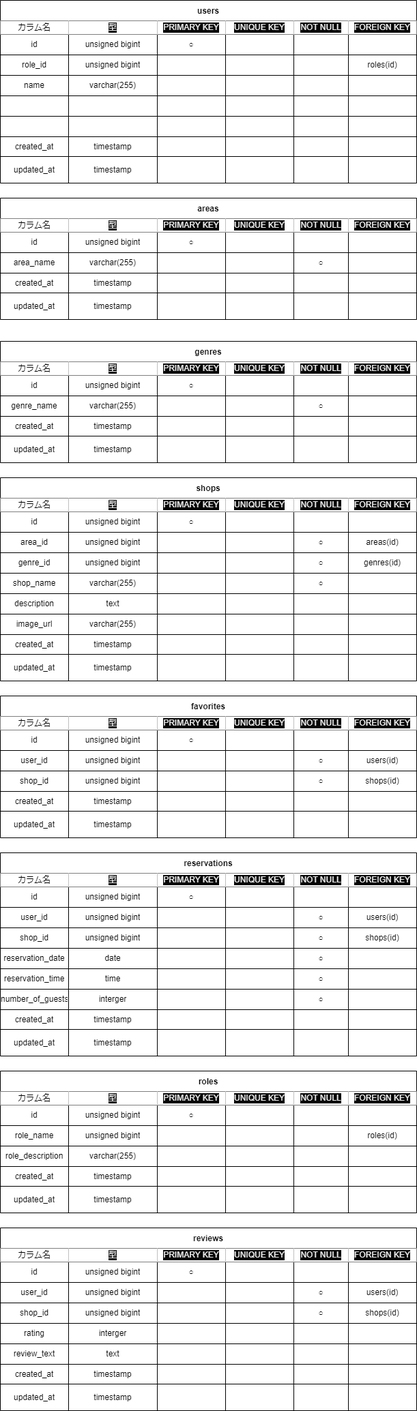
Earlier version of the draw.io export table.drawio.png (fujico23/rese-system-application). Source tidied: cells renumbered, new cells last; positions are measured from the earlier drawing's top-left corner, leaving out a move shared by most shapes.
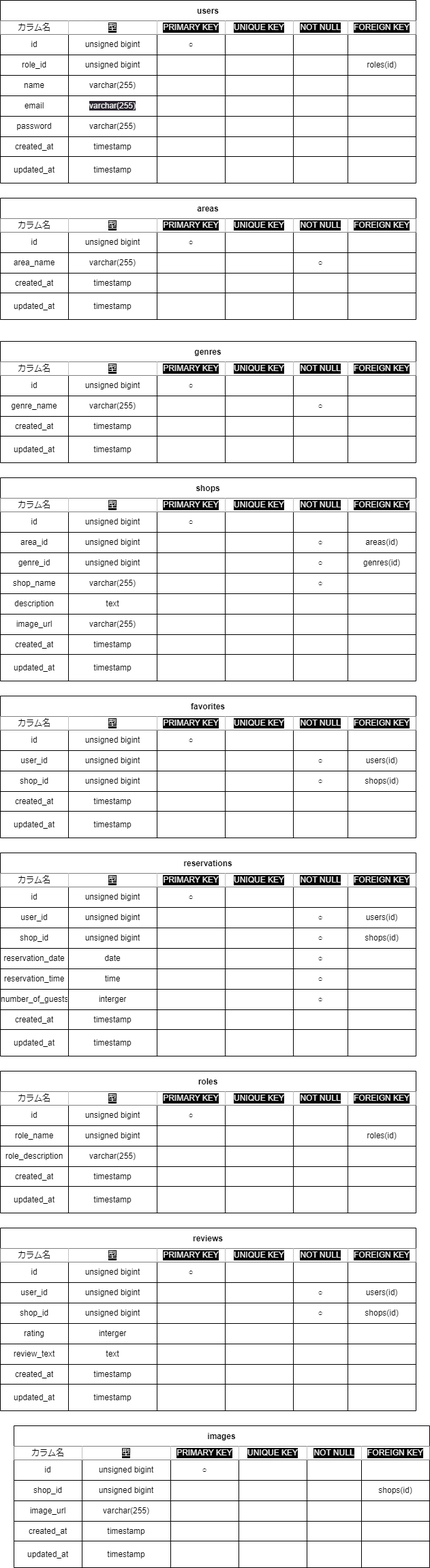
The same diagram one commit later.

Diff of the diagram source:
```diff
@@ -92,10 +92,10 @@
     <mxCell id="31" style="shape=tableRow;horizontal=0;startSize=0;swimlaneHead=0;swimlaneBody=0;top=0;left=0;bottom=0;right=0;fillColor=none;" parent="2" vertex="1">
       <mxGeometry y="140" width="610" height="30" as="geometry" />
     </mxCell>
-    <mxCell id="32" style="shape=partialRectangle;html=1;whiteSpace=wrap;fillColor=none;top=0;left=0;bottom=0;right=0;overflow=hidden;" parent="31" vertex="1">
+    <mxCell id="32" value="email" style="shape=partialRectangle;html=1;whiteSpace=wrap;fillColor=none;top=0;left=0;bottom=0;right=0;overflow=hidden;" parent="31" vertex="1">
       <mxGeometry width="100" height="30" as="geometry" />
     </mxCell>
-    <mxCell id="33" style="shape=partialRectangle;html=1;whiteSpace=wrap;fillColor=none;top=0;left=0;bottom=0;right=0;overflow=hidden;" parent="31" vertex="1">
+    <mxCell id="33" value="&lt;span style=&quot;color: rgb(240, 240, 240); font-family: Helvetica; font-size: 12px; font-style: normal; font-variant-ligatures: normal; font-variant-caps: normal; font-weight: 400; letter-spacing: normal; orphans: 2; text-align: center; text-indent: 0px; text-transform: none; widows: 2; word-spacing: 0px; -webkit-text-stroke-width: 0px; background-color: rgb(42, 37, 47); text-decoration-thickness: initial; text-decoration-style: initial; text-decoration-color: initial; float: none; display: inline !important;&quot;&gt;varchar(255)&lt;/span&gt;" style="shape=partialRectangle;html=1;whiteSpace=wrap;fillColor=none;top=0;left=0;bottom=0;right=0;overflow=hidden;" parent="31" vertex="1">
       <mxGeometry x="100" width="130" height="30" as="geometry" />
     </mxCell>
     <mxCell id="34" style="shape=partialRectangle;html=1;whiteSpace=wrap;fillColor=none;top=0;left=0;bottom=0;right=0;overflow=hidden;" parent="31" vertex="1">
@@ -113,10 +113,10 @@
     <mxCell id="38" style="shape=tableRow;horizontal=0;startSize=0;swimlaneHead=0;swimlaneBody=0;top=0;left=0;bottom=0;right=0;fillColor=none;" parent="2" vertex="1">
       <mxGeometry y="170" width="610" height="30" as="geometry" />
     </mxCell>
-    <mxCell id="39" style="shape=partialRectangle;html=1;whiteSpace=wrap;fillColor=none;top=0;left=0;bottom=0;right=0;overflow=hidden;" parent="38" vertex="1">
+    <mxCell id="39" value="password" style="shape=partialRectangle;html=1;whiteSpace=wrap;fillColor=none;top=0;left=0;bottom=0;right=0;overflow=hidden;" parent="38" vertex="1">
       <mxGeometry width="100" height="30" as="geometry" />
     </mxCell>
-    <mxCell id="40" style="shape=partialRectangle;html=1;whiteSpace=wrap;fillColor=none;top=0;left=0;bottom=0;right=0;overflow=hidden;" parent="38" vertex="1">
+    <mxCell id="40" value="varchar(255)" style="shape=partialRectangle;html=1;whiteSpace=wrap;fillColor=none;top=0;left=0;bottom=0;right=0;overflow=hidden;" parent="38" vertex="1">
       <mxGeometry x="100" width="130" height="30" as="geometry" />
     </mxCell>
     <mxCell id="41" style="shape=partialRectangle;html=1;whiteSpace=wrap;fillColor=none;top=0;left=0;bottom=0;right=0;overflow=hidden;" parent="38" vertex="1">
@@ -1202,5 +1202,134 @@
     <mxCell id="401" style="shape=partialRectangle;html=1;whiteSpace=wrap;fillColor=none;top=0;left=0;bottom=0;right=0;overflow=hidden;" parent="395" vertex="1">
       <mxGeometry x="510" width="100" height="39" as="geometry" />
     </mxCell>
+    <mxCell id="402" value="images" style="shape=table;startSize=30;fontStyle=1;align=center;" parent="1" vertex="1">
+      <mxGeometry x="20" y="2090" width="610" height="208" as="geometry" />
+    </mxCell>
+    <mxCell id="403" style="shape=tableRow;horizontal=0;startSize=0;swimlaneHead=0;swimlaneBody=0;top=0;left=0;bottom=0;right=0;fillColor=none;" parent="402" vertex="1">
+      <mxGeometry y="30" width="610" height="20" as="geometry" />
+    </mxCell>
+    <mxCell id="404" value="カラム名" style="shape=partialRectangle;html=1;whiteSpace=wrap;top=0;left=0;bottom=0;right=0;overflow=hidden;labelBackgroundColor=none;" parent="403" vertex="1">
+      <mxGeometry width="100" height="20" as="geometry" />
+    </mxCell>
+    <mxCell id="405" value="型" style="shape=partialRectangle;html=1;whiteSpace=wrap;top=0;left=0;bottom=0;right=0;overflow=hidden;labelBackgroundColor=#050505;fontColor=#F0F0F0;" parent="403" vertex="1">
+      <mxGeometry x="100" width="130" height="20" as="geometry" />
+    </mxCell>
+    <mxCell id="406" value="PRIMARY KEY" style="shape=partialRectangle;html=1;whiteSpace=wrap;top=0;left=0;bottom=0;right=0;overflow=hidden;labelBackgroundColor=#050505;fontColor=#F0F0F0;" parent="403" vertex="1">
+      <mxGeometry x="230" width="100" height="20" as="geometry" />
+    </mxCell>
+    <mxCell id="407" value="UNIQUE KEY" style="shape=partialRectangle;html=1;whiteSpace=wrap;top=0;left=0;bottom=0;right=0;overflow=hidden;labelBackgroundColor=#050505;fontColor=#F0F0F0;" parent="403" vertex="1">
+      <mxGeometry x="330" width="100" height="20" as="geometry" />
+    </mxCell>
+    <mxCell id="408" value="NOT NULL" style="shape=partialRectangle;html=1;whiteSpace=wrap;top=0;left=0;bottom=0;right=0;overflow=hidden;labelBackgroundColor=#050505;fontColor=#F0F0F0;" parent="403" vertex="1">
+      <mxGeometry x="430" width="80" height="20" as="geometry" />
+    </mxCell>
+    <mxCell id="409" value="FOREIGN KEY" style="shape=partialRectangle;html=1;whiteSpace=wrap;top=0;left=0;bottom=0;right=0;overflow=hidden;labelBackgroundColor=#050505;fontColor=#F0F0F0;" parent="403" vertex="1">
+      <mxGeometry x="510" width="100" height="20" as="geometry" />
+    </mxCell>
+    <mxCell id="410" style="shape=tableRow;horizontal=0;startSize=0;swimlaneHead=0;swimlaneBody=0;top=0;left=0;bottom=0;right=0;fillColor=none;" parent="402" vertex="1">
+      <mxGeometry y="50" width="610" height="30" as="geometry" />
+    </mxCell>
+    <mxCell id="411" value="id&lt;br&gt;" style="shape=partialRectangle;html=1;whiteSpace=wrap;fillColor=none;top=0;left=0;bottom=0;right=0;overflow=hidden;" parent="410" vertex="1">
+      <mxGeometry width="100" height="30" as="geometry" />
+    </mxCell>
+    <mxCell id="412" value="unsigned bigint" style="shape=partialRectangle;html=1;whiteSpace=wrap;fillColor=none;top=0;left=0;bottom=0;right=0;overflow=hidden;" parent="410" vertex="1">
+      <mxGeometry x="100" width="130" height="30" as="geometry" />
+    </mxCell>
+    <mxCell id="413" value="○" style="shape=partialRectangle;html=1;whiteSpace=wrap;fillColor=none;top=0;left=0;bottom=0;right=0;overflow=hidden;" parent="410" vertex="1">
+      <mxGeometry x="230" width="100" height="30" as="geometry" />
+    </mxCell>
+    <mxCell id="414" style="shape=partialRectangle;html=1;whiteSpace=wrap;fillColor=none;top=0;left=0;bottom=0;right=0;overflow=hidden;" parent="410" vertex="1">
+      <mxGeometry x="330" width="100" height="30" as="geometry" />
+    </mxCell>
+    <mxCell id="415" style="shape=partialRectangle;html=1;whiteSpace=wrap;fillColor=none;top=0;left=0;bottom=0;right=0;overflow=hidden;" parent="410" vertex="1">
+      <mxGeometry x="430" width="80" height="30" as="geometry" />
+    </mxCell>
+    <mxCell id="416" style="shape=partialRectangle;html=1;whiteSpace=wrap;fillColor=none;top=0;left=0;bottom=0;right=0;overflow=hidden;" parent="410" vertex="1">
+      <mxGeometry x="510" width="100" height="30" as="geometry" />
+    </mxCell>
+    <mxCell id="417" style="shape=tableRow;horizontal=0;startSize=0;swimlaneHead=0;swimlaneBody=0;top=0;left=0;bottom=0;right=0;fillColor=none;" parent="402" vertex="1">
+      <mxGeometry y="80" width="610" height="30" as="geometry" />
+    </mxCell>
+    <mxCell id="418" value="shop_id" style="shape=partialRectangle;html=1;whiteSpace=wrap;fillColor=none;top=0;left=0;bottom=0;right=0;overflow=hidden;" parent="417" vertex="1">
+      <mxGeometry width="100" height="30" as="geometry" />
+    </mxCell>
+    <mxCell id="419" value="unsigned bigint" style="shape=partialRectangle;html=1;whiteSpace=wrap;fillColor=none;top=0;left=0;bottom=0;right=0;overflow=hidden;" parent="417" vertex="1">
+      <mxGeometry x="100" width="130" height="30" as="geometry" />
+    </mxCell>
+    <mxCell id="420" style="shape=partialRectangle;html=1;whiteSpace=wrap;fillColor=none;top=0;left=0;bottom=0;right=0;overflow=hidden;" parent="417" vertex="1">
+      <mxGeometry x="230" width="100" height="30" as="geometry" />
+    </mxCell>
+    <mxCell id="421" style="shape=partialRectangle;html=1;whiteSpace=wrap;fillColor=none;top=0;left=0;bottom=0;right=0;overflow=hidden;" parent="417" vertex="1">
+      <mxGeometry x="330" width="100" height="30" as="geometry" />
+    </mxCell>
+    <mxCell id="422" style="shape=partialRectangle;html=1;whiteSpace=wrap;fillColor=none;top=0;left=0;bottom=0;right=0;overflow=hidden;" parent="417" vertex="1">
+      <mxGeometry x="430" width="80" height="30" as="geometry" />
+    </mxCell>
+    <mxCell id="423" value="shops(id)" style="shape=partialRectangle;html=1;whiteSpace=wrap;fillColor=none;top=0;left=0;bottom=0;right=0;overflow=hidden;" parent="417" vertex="1">
+      <mxGeometry x="510" width="100" height="30" as="geometry" />
+    </mxCell>
+    <mxCell id="424" style="shape=tableRow;horizontal=0;startSize=0;swimlaneHead=0;swimlaneBody=0;top=0;left=0;bottom=0;right=0;fillColor=none;" parent="402" vertex="1">
+      <mxGeometry y="110" width="610" height="30" as="geometry" />
+    </mxCell>
+    <mxCell id="425" value="image_url" style="shape=partialRectangle;html=1;whiteSpace=wrap;fillColor=none;top=0;left=0;bottom=0;right=0;overflow=hidden;" parent="424" vertex="1">
+      <mxGeometry width="100" height="30" as="geometry" />
+    </mxCell>
+    <mxCell id="426" value="varchar(255)" style="shape=partialRectangle;html=1;whiteSpace=wrap;fillColor=none;top=0;left=0;bottom=0;right=0;overflow=hidden;" parent="424" vertex="1">
+      <mxGeometry x="100" width="130" height="30" as="geometry" />
+    </mxCell>
+    <mxCell id="427" style="shape=partialRectangle;html=1;whiteSpace=wrap;fillColor=none;top=0;left=0;bottom=0;right=0;overflow=hidden;" parent="424" vertex="1">
+      <mxGeometry x="230" width="100" height="30" as="geometry" />
+    </mxCell>
+    <mxCell id="428" style="shape=partialRectangle;html=1;whiteSpace=wrap;fillColor=none;top=0;left=0;bottom=0;right=0;overflow=hidden;" parent="424" vertex="1">
+      <mxGeometry x="330" width="100" height="30" as="geometry" />
+    </mxCell>
+    <mxCell id="429" style="shape=partialRectangle;html=1;whiteSpace=wrap;fillColor=none;top=0;left=0;bottom=0;right=0;overflow=hidden;" parent="424" vertex="1">
+      <mxGeometry x="430" width="80" height="30" as="geometry" />
+    </mxCell>
+    <mxCell id="430" style="shape=partialRectangle;html=1;whiteSpace=wrap;fillColor=none;top=0;left=0;bottom=0;right=0;overflow=hidden;" parent="424" vertex="1">
+      <mxGeometry x="510" width="100" height="30" as="geometry" />
+    </mxCell>
+    <mxCell id="431" style="shape=tableRow;horizontal=0;startSize=0;swimlaneHead=0;swimlaneBody=0;top=0;left=0;bottom=0;right=0;fillColor=none;" parent="402" vertex="1">
+      <mxGeometry y="140" width="610" height="29" as="geometry" />
+    </mxCell>
+    <mxCell id="432" value="created_at" style="shape=partialRectangle;html=1;whiteSpace=wrap;fillColor=none;top=0;left=0;bottom=0;right=0;overflow=hidden;" parent="431" vertex="1">
+      <mxGeometry width="100" height="29" as="geometry" />
+    </mxCell>
+    <mxCell id="433" value="timestamp" style="shape=partialRectangle;html=1;whiteSpace=wrap;fillColor=none;top=0;left=0;bottom=0;right=0;overflow=hidden;" parent="431" vertex="1">
+      <mxGeometry x="100" width="130" height="29" as="geometry" />
+    </mxCell>
+    <mxCell id="434" style="shape=partialRectangle;html=1;whiteSpace=wrap;fillColor=none;top=0;left=0;bottom=0;right=0;overflow=hidden;" parent="431" vertex="1">
+      <mxGeometry x="230" width="100" height="29" as="geometry" />
+    </mxCell>
+    <mxCell id="435" style="shape=partialRectangle;html=1;whiteSpace=wrap;fillColor=none;top=0;left=0;bottom=0;right=0;overflow=hidden;" parent="431" vertex="1">
+      <mxGeometry x="330" width="100" height="29" as="geometry" />
+    </mxCell>
+    <mxCell id="436" style="shape=partialRectangle;html=1;whiteSpace=wrap;fillColor=none;top=0;left=0;bottom=0;right=0;overflow=hidden;" parent="431" vertex="1">
+      <mxGeometry x="430" width="80" height="29" as="geometry" />
+    </mxCell>
+    <mxCell id="437" style="shape=partialRectangle;html=1;whiteSpace=wrap;fillColor=none;top=0;left=0;bottom=0;right=0;overflow=hidden;" parent="431" vertex="1">
+      <mxGeometry x="510" width="100" height="29" as="geometry" />
+    </mxCell>
+    <mxCell id="438" style="shape=tableRow;horizontal=0;startSize=0;swimlaneHead=0;swimlaneBody=0;top=0;left=0;bottom=0;right=0;fillColor=none;" parent="402" vertex="1">
+      <mxGeometry y="169" width="610" height="39" as="geometry" />
+    </mxCell>
+    <mxCell id="439" value="updated_at" style="shape=partialRectangle;html=1;whiteSpace=wrap;fillColor=none;top=0;left=0;bottom=0;right=0;overflow=hidden;" parent="438" vertex="1">
+      <mxGeometry width="100" height="39" as="geometry" />
+    </mxCell>
+    <mxCell id="440" value="timestamp" style="shape=partialRectangle;html=1;whiteSpace=wrap;fillColor=none;top=0;left=0;bottom=0;right=0;overflow=hidden;" parent="438" vertex="1">
+      <mxGeometry x="100" width="130" height="39" as="geometry" />
+    </mxCell>
+    <mxCell id="441" style="shape=partialRectangle;html=1;whiteSpace=wrap;fillColor=none;top=0;left=0;bottom=0;right=0;overflow=hidden;" parent="438" vertex="1">
+      <mxGeometry x="230" width="100" height="39" as="geometry" />
+    </mxCell>
+    <mxCell id="442" style="shape=partialRectangle;html=1;whiteSpace=wrap;fillColor=none;top=0;left=0;bottom=0;right=0;overflow=hidden;" parent="438" vertex="1">
+      <mxGeometry x="330" width="100" height="39" as="geometry" />
+    </mxCell>
+    <mxCell id="443" style="shape=partialRectangle;html=1;whiteSpace=wrap;fillColor=none;top=0;left=0;bottom=0;right=0;overflow=hidden;" parent="438" vertex="1">
+      <mxGeometry x="430" width="80" height="39" as="geometry" />
+    </mxCell>
+    <mxCell id="444" style="shape=partialRectangle;html=1;whiteSpace=wrap;fillColor=none;top=0;left=0;bottom=0;right=0;overflow=hidden;" parent="438" vertex="1">
+      <mxGeometry x="510" width="100" height="39" as="geometry" />
+    </mxCell>
   </root>
 </mxGraphModel>
```
